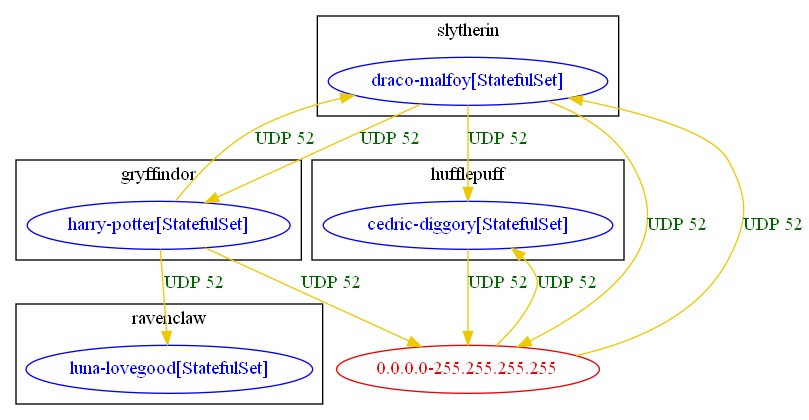
Before: test_outputs/connlist/anp_demo_udp-52_connlist_output.dot.png, a diagram exported from Graphviz (np-guard/netpol-analyzer). Its source is kept beside it as test_outputs/connlist/anp_demo_udp-52_connlist_output.dot. Source of this version:
```dot
digraph {
	subgraph "cluster_gryffindor" {
		color="black"
		fontcolor="black"
		"gryffindor/harry-potter[StatefulSet]" [label="harry-potter[StatefulSet]" color="blue" fontcolor="blue"]
		label="gryffindor"
	}
	subgraph "cluster_hufflepuff" {
		color="black"
		fontcolor="black"
		"hufflepuff/cedric-diggory[StatefulSet]" [label="cedric-diggory[StatefulSet]" color="blue" fontcolor="blue"]
		label="hufflepuff"
	}
	subgraph "cluster_ravenclaw" {
		color="black"
		fontcolor="black"
		"ravenclaw/luna-lovegood[StatefulSet]" [label="luna-lovegood[StatefulSet]" color="blue" fontcolor="blue"]
		label="ravenclaw"
	}
	subgraph "cluster_slytherin" {
		color="black"
		fontcolor="black"
		"slytherin/draco-malfoy[StatefulSet]" [label="draco-malfoy[StatefulSet]" color="blue" fontcolor="blue"]
		label="slytherin"
	}
	"0.0.0.0-255.255.255.255" [label="0.0.0.0-255.255.255.255" color="red2" fontcolor="red2"]
	"0.0.0.0-255.255.255.255" -> "hufflepuff/cedric-diggory[StatefulSet]" [label="UDP 52" color="gold2" fontcolor="darkgreen" weight=0.5]
	"0.0.0.0-255.255.255.255" -> "slytherin/draco-malfoy[StatefulSet]" [label="UDP 52" color="gold2" fontcolor="darkgreen" weight=0.5]
	"gryffindor/harry-potter[StatefulSet]" -> "0.0.0.0-255.255.255.255" [label="UDP 52" color="gold2" fontcolor="darkgreen" weight=1]
	"gryffindor/harry-potter[StatefulSet]" -> "ravenclaw/luna-lovegood[StatefulSet]" [label="UDP 52" color="gold2" fontcolor="darkgreen" weight=0.5]
	"gryffindor/harry-potter[StatefulSet]" -> "slytherin/draco-malfoy[StatefulSet]" [label="UDP 52" color="gold2" fontcolor="darkgreen" weight=0.5]
	"hufflepuff/cedric-diggory[StatefulSet]" -> "0.0.0.0-255.255.255.255" [label="UDP 52" color="gold2" fontcolor="darkgreen" weight=1]
	"slytherin/draco-malfoy[StatefulSet]" -> "0.0.0.0-255.255.255.255" [label="UDP 52" color="gold2" fontcolor="darkgreen" weight=1]
	"slytherin/draco-malfoy[StatefulSet]" -> "gryffindor/harry-potter[StatefulSet]" [label="UDP 52" color="gold2" fontcolor="darkgreen" weight=1]
	"slytherin/draco-malfoy[StatefulSet]" -> "hufflepuff/cedric-diggory[StatefulSet]" [label="UDP 52" color="gold2" fontcolor="darkgreen" weight=1]
}
```
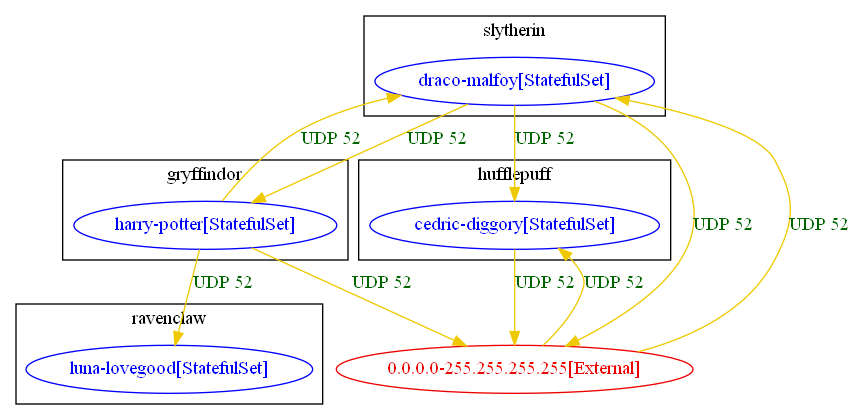
After the change.

The edit, as a diff of the source:
```diff
@@ -23,14 +23,14 @@
 		"slytherin/draco-malfoy[StatefulSet]" [label="draco-malfoy[StatefulSet]" color="blue" fontcolor="blue"]
 		label="slytherin"
 	}
-	"0.0.0.0-255.255.255.255" [label="0.0.0.0-255.255.255.255" color="red2" fontcolor="red2"]
-	"0.0.0.0-255.255.255.255" -> "hufflepuff/cedric-diggory[StatefulSet]" [label="UDP 52" color="gold2" fontcolor="darkgreen" weight=0.5]
-	"0.0.0.0-255.255.255.255" -> "slytherin/draco-malfoy[StatefulSet]" [label="UDP 52" color="gold2" fontcolor="darkgreen" weight=0.5]
-	"gryffindor/harry-potter[StatefulSet]" -> "0.0.0.0-255.255.255.255" [label="UDP 52" color="gold2" fontcolor="darkgreen" weight=1]
+	"0.0.0.0-255.255.255.255[External]" [label="0.0.0.0-255.255.255.255[External]" color="red2" fontcolor="red2"]
+	"0.0.0.0-255.255.255.255[External]" -> "hufflepuff/cedric-diggory[StatefulSet]" [label="UDP 52" color="gold2" fontcolor="darkgreen" weight=0.5]
+	"0.0.0.0-255.255.255.255[External]" -> "slytherin/draco-malfoy[StatefulSet]" [label="UDP 52" color="gold2" fontcolor="darkgreen" weight=0.5]
+	"gryffindor/harry-potter[StatefulSet]" -> "0.0.0.0-255.255.255.255[External]" [label="UDP 52" color="gold2" fontcolor="darkgreen" weight=1]
 	"gryffindor/harry-potter[StatefulSet]" -> "ravenclaw/luna-lovegood[StatefulSet]" [label="UDP 52" color="gold2" fontcolor="darkgreen" weight=0.5]
 	"gryffindor/harry-potter[StatefulSet]" -> "slytherin/draco-malfoy[StatefulSet]" [label="UDP 52" color="gold2" fontcolor="darkgreen" weight=0.5]
-	"hufflepuff/cedric-diggory[StatefulSet]" -> "0.0.0.0-255.255.255.255" [label="UDP 52" color="gold2" fontcolor="darkgreen" weight=1]
-	"slytherin/draco-malfoy[StatefulSet]" -> "0.0.0.0-255.255.255.255" [label="UDP 52" color="gold2" fontcolor="darkgreen" weight=1]
+	"hufflepuff/cedric-diggory[StatefulSet]" -> "0.0.0.0-255.255.255.255[External]" [label="UDP 52" color="gold2" fontcolor="darkgreen" weight=1]
+	"slytherin/draco-malfoy[StatefulSet]" -> "0.0.0.0-255.255.255.255[External]" [label="UDP 52" color="gold2" fontcolor="darkgreen" weight=1]
 	"slytherin/draco-malfoy[StatefulSet]" -> "gryffindor/harry-potter[StatefulSet]" [label="UDP 52" color="gold2" fontcolor="darkgreen" weight=1]
 	"slytherin/draco-malfoy[StatefulSet]" -> "hufflepuff/cedric-diggory[StatefulSet]" [label="UDP 52" color="gold2" fontcolor="darkgreen" weight=1]
 }
```
